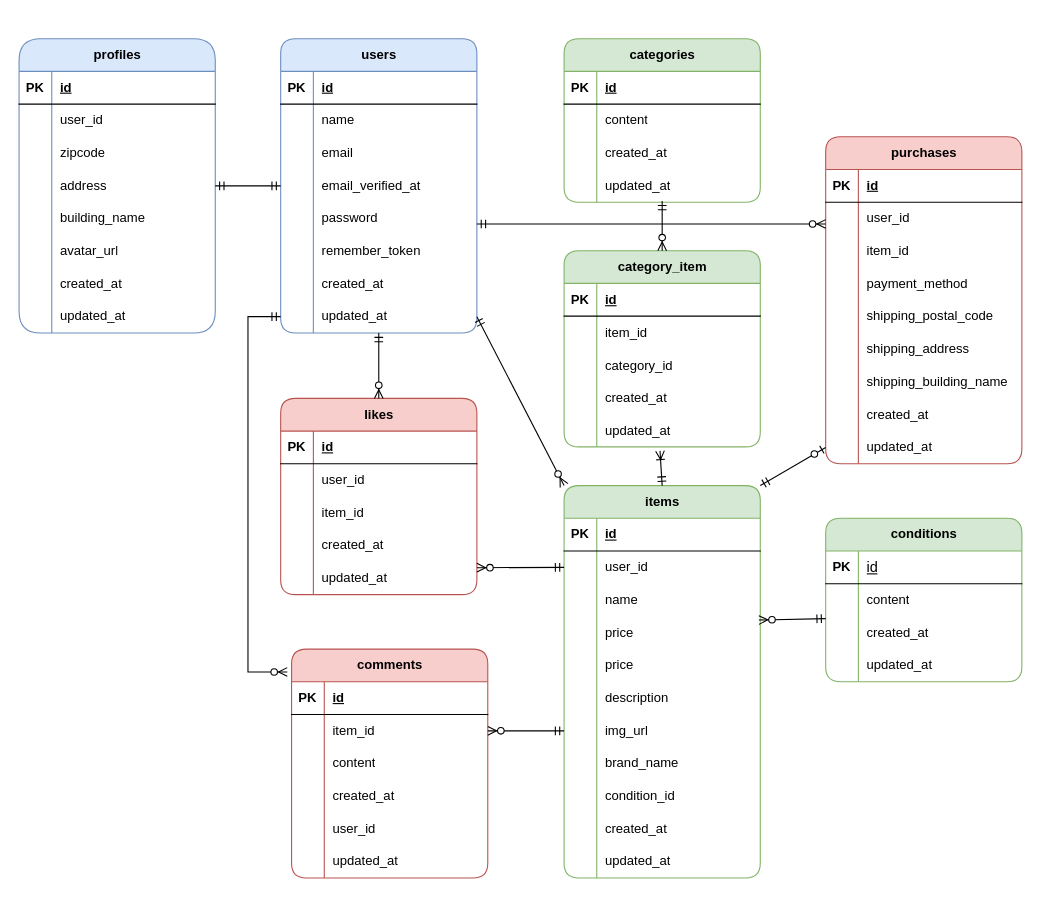
The draw.io diagram coachtech-furima-er.drawio in megumi2233/coachtech-furima, before the edit. Source tidied: cells renumbered, new cells numbered last; positions are measured from the earlier drawing's top-left corner, leaving out a move shared by most shapes. Both pictures are drawn from the tidied source at 109%, with x=0, y=0 at pixel (19, 38).
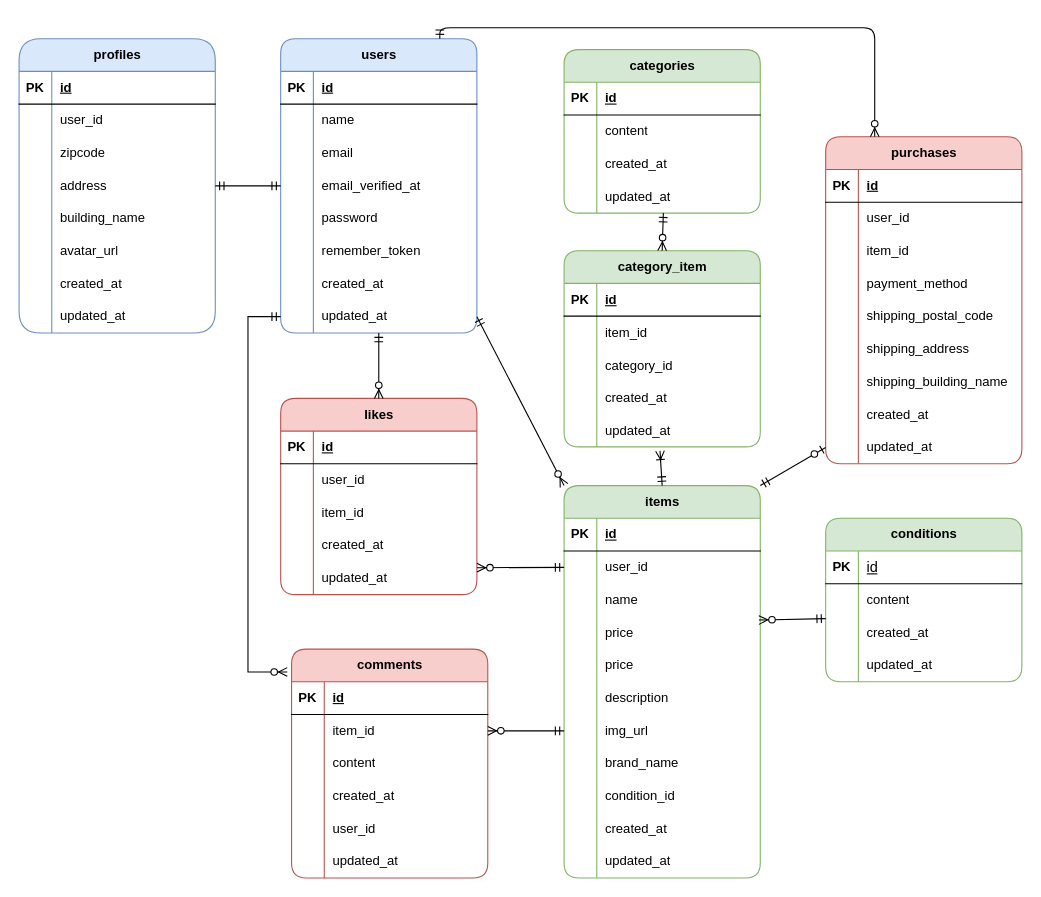
The same diagram, later.

Unchanged cells that the change refers to:
```xml
<mxCell id="62" value="purchases" style="shape=table;startSize=30;childLayout=tableLayout;rowLines=0;fontStyle=1;align=center;html=1;rounded=1;fillColor=#f8cecc;strokeColor=#b85450;" parent="1" vertex="1">
  <mxGeometry x="740" y="90" width="180" height="300" as="geometry" />
</mxCell>
<mxCell id="134" style="shape=tableRow;horizontal=0;startSize=0;swimlaneHead=0;swimlaneBody=0;fillColor=none;points=[[0,0.5],[1,0.5]];portConstraint=eastwest;top=0;left=0;right=0;bottom=0;rounded=1;" parent="124" vertex="1">
  <mxGeometry y="120" width="180" height="30" as="geometry" />
</mxCell>
<mxCell id="150" value="&lt;span style=&quot;color: rgb(0, 0, 0);&quot;&gt;users&lt;/span&gt;" style="shape=table;startSize=30;childLayout=tableLayout;rowLines=0;fontStyle=1;align=center;html=1;rounded=1;fillColor=#dae8fc;strokeColor=#6c8ebf;" parent="1" vertex="1">
  <mxGeometry x="240" width="180" height="270" as="geometry" />
</mxCell>
<mxCell id="183" value="category_item" style="shape=table;startSize=30;childLayout=tableLayout;rowLines=0;fontStyle=1;align=center;html=1;rounded=1;fillColor=#d5e8d4;strokeColor=#82b366;" parent="1" vertex="1">
  <mxGeometry x="500" y="194.5" width="180" height="180" as="geometry" />
</mxCell>
```

The edit, as a diff of the source:
```diff
@@
     <mxCell id="124" value="categories" style="shape=table;startSize=30;childLayout=tableLayout;rowLines=0;fontStyle=1;align=center;html=1;rounded=1;fillColor=#d5e8d4;strokeColor=#82b366;" parent="1" vertex="1">
-      <mxGeometry x="500" width="180" height="150" as="geometry" />
+      <mxGeometry x="500" y="10" width="180" height="150" as="geometry" />
     </mxCell>
@@
-    <mxCell id="201" style="fontSize=12;html=1;endArrow=ERzeroToMany;startArrow=ERmandOne;entryX=0.5;entryY=0;entryDx=0;entryDy=0;" parent="1" edge="1" target="183">
-      <mxGeometry relative="1" as="geometry">
-        <mxPoint x="590" y="149" as="sourcePoint" />
-      </mxGeometry>
+    <mxCell id="201" style="fontSize=12;html=1;endArrow=ERzeroToMany;startArrow=ERmandOne;entryX=0.5;entryY=0;entryDx=0;entryDy=0;exitX=0.506;exitY=1;exitDx=0;exitDy=0;exitPerimeter=0;" parent="1" edge="1" source="134" target="183">
+      <mxGeometry relative="1" as="geometry" />
     </mxCell>
-    <mxCell id="202" style="fontSize=12;html=1;endArrow=ERzeroToMany;startArrow=ERmandOne;" parent="1" edge="1">
-      <mxGeometry relative="1" as="geometry">
-        <mxPoint x="420" y="170" as="sourcePoint" />
-        <mxPoint x="740" y="170" as="targetPoint" />
-      </mxGeometry>
+    <mxCell id="202" style="fontSize=12;html=1;endArrow=ERzeroToMany;startArrow=ERmandOne;edgeStyle=orthogonalEdgeStyle;entryX=0.25;entryY=0;entryDx=0;entryDy=0;exitX=0.811;exitY=0;exitDx=0;exitDy=0;exitPerimeter=0;" parent="1" edge="1" source="150" target="62">
+      <mxGeometry relative="1" as="geometry" />
     </mxCell>
```
